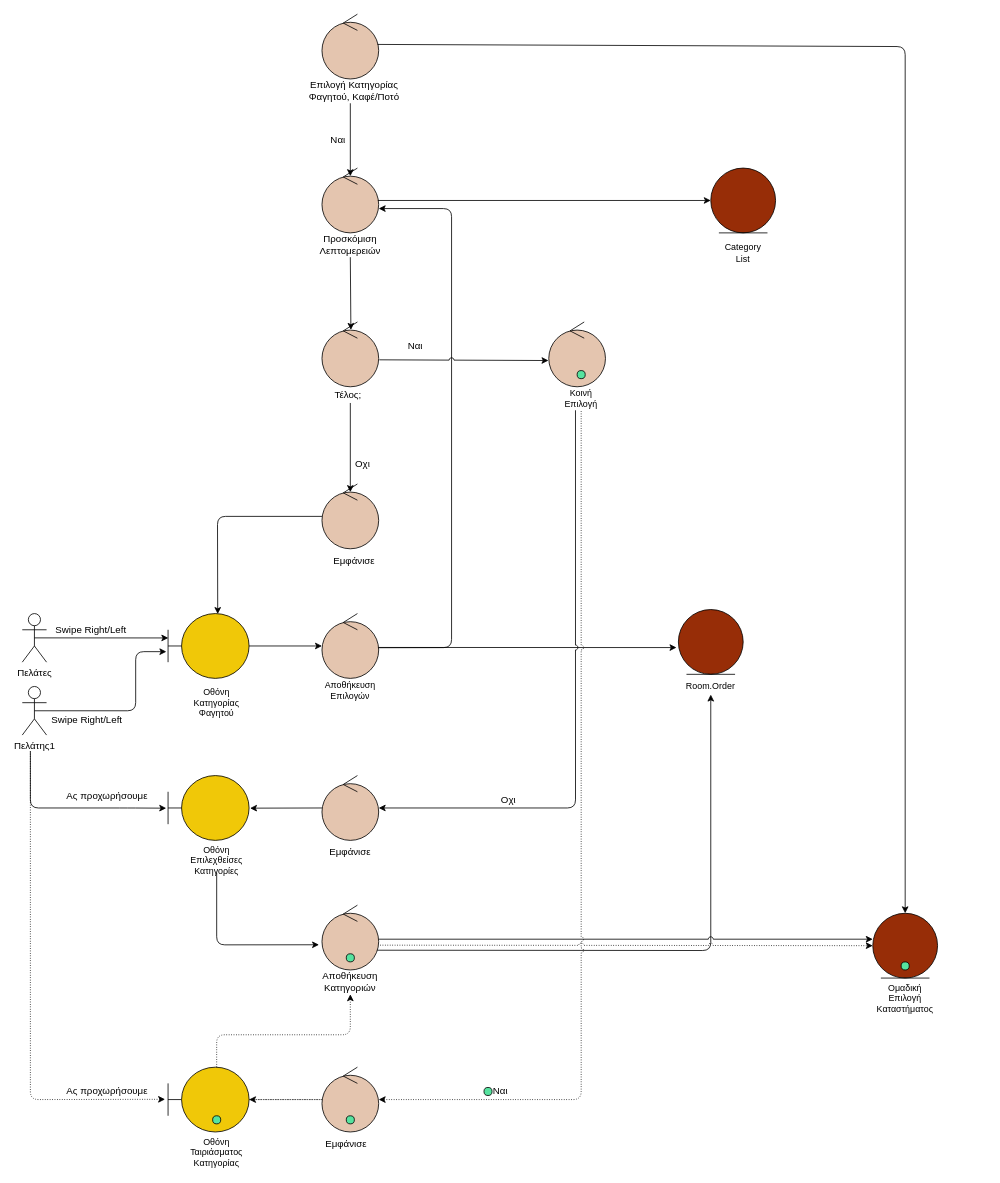
Above: docs/contributions/JoannaAgo/Phase_5/Team Choice - Category/Team_Choice_Category_Robustness.drawio in iloudaros/nomnomr (draw.io), before the change. Source tidied: cells renumbered, new cells numbered last; positions are measured from the earlier drawing's top-left corner, leaving out a move shared by most shapes. Both pictures are drawn from the tidied source at 81%, with x=0, y=0 at pixel (22, 14).
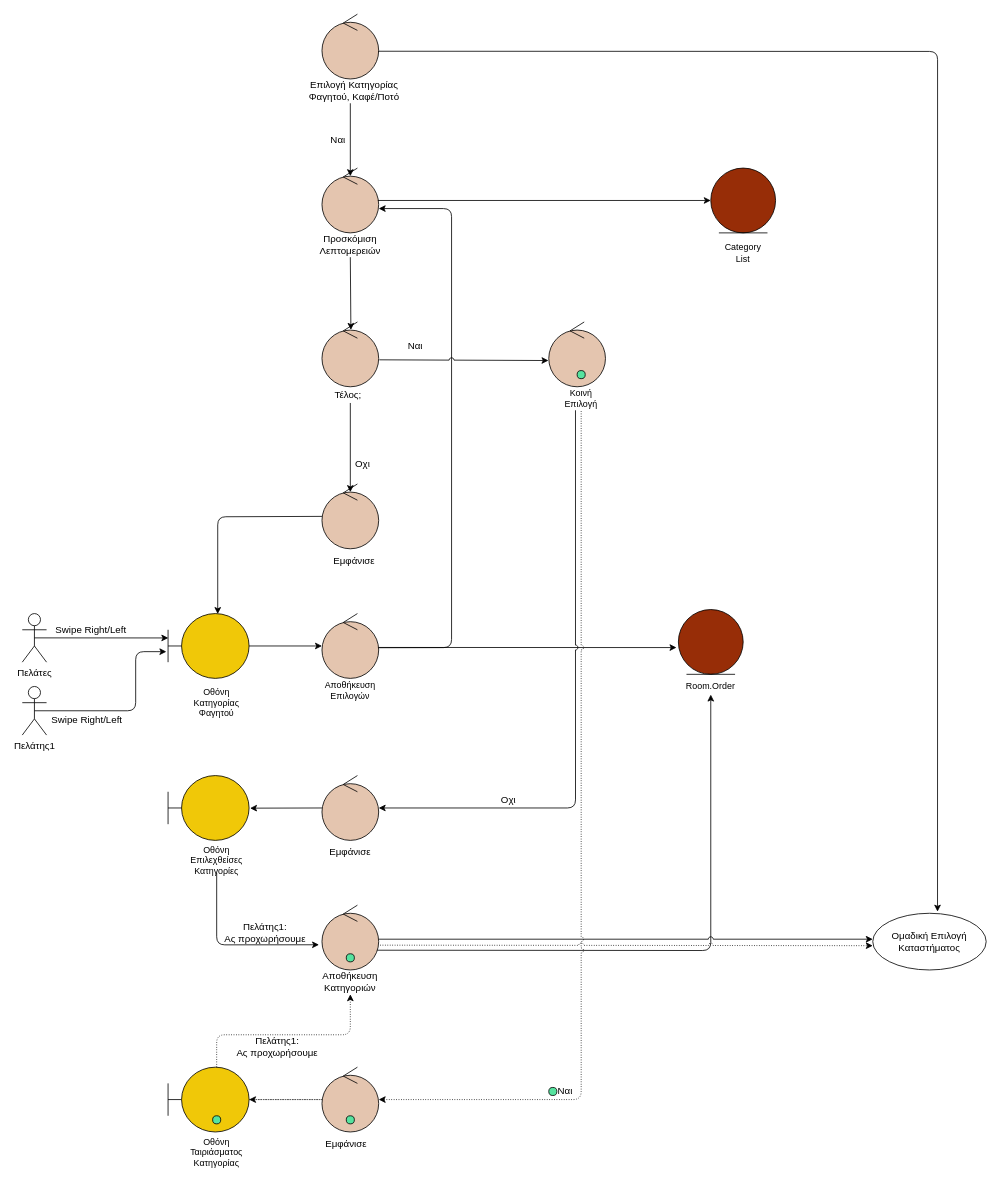
The same page after the edit.

The change refers to these unchanged cells:
```xml
<mxCell id="2" style="shape=umlBoundary;whiteSpace=wrap;html=1;fillColor=#F0C808;" parent="1" vertex="1">
  <mxGeometry x="180" y="740" width="100" height="80" as="geometry" />
</mxCell>
<mxCell id="24" style="ellipse;shape=umlControl;whiteSpace=wrap;html=1;fontSize=11;fillColor=#E4C5AF;" parent="1" vertex="1">
  <mxGeometry x="370" width="70" height="80" as="geometry" />
</mxCell>
<mxCell id="38" style="shape=umlBoundary;whiteSpace=wrap;html=1;fillColor=#F0C808;" parent="1" vertex="1">
  <mxGeometry x="180" y="940" width="100" height="80" as="geometry" />
</mxCell>
<mxCell id="48" style="ellipse;shape=umlControl;whiteSpace=wrap;html=1;fontSize=12;fillColor=#E4C5AF;" parent="1" vertex="1">
  <mxGeometry x="370" y="1100" width="70" height="80" as="geometry" />
</mxCell>
<mxCell id="53" style="shape=umlBoundary;whiteSpace=wrap;html=1;fillColor=#F0C808;" parent="1" vertex="1">
  <mxGeometry x="180" y="1300" width="100" height="80" as="geometry" />
</mxCell>
```

Change to the diagram source:
```diff
@@
-    <mxCell id="13" style="ellipse;shape=umlEntity;whiteSpace=wrap;html=1;fontSize=11;fillColor=#972D07;" parent="1" vertex="1">
-      <mxGeometry x="1050" y="1110" width="80" height="80" as="geometry" />
-    </mxCell>
@@
-    <mxCell id="18" value="Ομαδική Επιλογή Καταστήματος" style="text;html=1;strokeColor=none;fillColor=none;align=center;verticalAlign=middle;whiteSpace=wrap;rounded=0;fontSize=11;" parent="1" vertex="1">
-      <mxGeometry x="1060" y="1200" width="60" height="30" as="geometry" />
-    </mxCell>
@@
-    <mxCell id="23" style="endArrow=classic;html=1;rounded=1;fontSize=12;startArrow=none;entryX=0.613;entryY=0.007;entryDx=0;entryDy=0;entryPerimeter=0;" parent="1" edge="1" target="2">
+    <mxCell id="23" style="endArrow=classic;html=1;rounded=1;fontSize=12;startArrow=none;entryX=0.613;entryY=0.007;entryDx=0;entryDy=0;entryPerimeter=0;edgeStyle=orthogonalEdgeStyle;" parent="1" edge="1" target="2">
       <mxGeometry relative="1" as="geometry">
         <mxPoint x="370" y="620" as="sourcePoint" />
-        <Array as="points">
-          <mxPoint x="241" y="620" />
-        </Array>
       </mxGeometry>
     </mxCell>
@@
-    <mxCell id="40" style="endArrow=classic;html=1;rounded=1;entryX=-0.023;entryY=0.503;entryDx=0;entryDy=0;entryPerimeter=0;" parent="1" edge="1" target="38">
-      <mxGeometry relative="1" as="geometry">
-        <mxPoint x="10" y="910" as="sourcePoint" />
-        <Array as="points">
-          <mxPoint x="10" y="980" />
-          <mxPoint x="130" y="980" />
-        </Array>
-      </mxGeometry>
-    </mxCell>
-    <mxCell id="41" value="Ας προχωρήσουμε" style="text;html=1;strokeColor=none;fillColor=none;align=center;verticalAlign=middle;whiteSpace=wrap;rounded=0;fontSize=12;" parent="1" vertex="1">
-      <mxGeometry x="50" y="950" width="110" height="30" as="geometry" />
+    <mxCell id="41" value="Πελάτης1: &lt;br&gt;Ας προχωρήσουμε" style="text;html=1;strokeColor=none;fillColor=none;align=center;verticalAlign=middle;whiteSpace=wrap;rounded=0;fontSize=12;" parent="1" vertex="1">
+      <mxGeometry x="245" y="1119" width="110" height="30" as="geometry" />
     </mxCell>
@@
-    <mxCell id="52" style="endArrow=classic;html=1;rounded=0;fontSize=11;exitX=1;exitY=0.525;exitDx=0;exitDy=0;exitPerimeter=0;entryX=0;entryY=0.4;entryDx=0;entryDy=0;entryPerimeter=0;jumpStyle=arc;" parent="1" edge="1" source="48" target="13">
-      <mxGeometry relative="1" as="geometry" />
+    <mxCell id="52" style="endArrow=classic;html=1;rounded=0;fontSize=11;exitX=1;exitY=0.525;exitDx=0;exitDy=0;exitPerimeter=0;entryX=0;entryY=0.4;entryDx=0;entryDy=0;entryPerimeter=0;jumpStyle=arc;" parent="1" edge="1" source="48">
+      <mxGeometry relative="1" as="geometry">
+        <mxPoint x="1050" y="1142" as="targetPoint" />
+      </mxGeometry>
     </mxCell>
@@
-    <mxCell id="57" style="endArrow=classic;html=1;rounded=1;entryX=-0.037;entryY=0.496;entryDx=0;entryDy=0;entryPerimeter=0;dashed=1;dashPattern=1 2;" parent="1" edge="1" target="53">
-      <mxGeometry relative="1" as="geometry">
-        <mxPoint x="10" y="910" as="sourcePoint" />
-        <Array as="points">
-          <mxPoint x="10" y="1340" />
-        </Array>
-      </mxGeometry>
-    </mxCell>
@@
     <mxCell id="60" value="Ναι" style="text;html=1;align=center;verticalAlign=middle;strokeColor=none;fillColor=none;fontSize=12;" parent="1" vertex="1">
-      <mxGeometry x="575" y="1320" width="30" height="20" as="geometry" />
+      <mxGeometry x="655" y="1320" width="30" height="20" as="geometry" />
     </mxCell>
@@
-    <mxCell id="62" value="Ας προχωρήσουμε" style="text;html=1;strokeColor=none;fillColor=none;align=center;verticalAlign=middle;whiteSpace=wrap;rounded=0;fontSize=12;" parent="1" vertex="1">
-      <mxGeometry x="50" y="1315" width="110" height="30" as="geometry" />
-    </mxCell>
-    <mxCell id="63" style="endArrow=classic;html=1;rounded=1;fontSize=11;exitX=0.98;exitY=0.467;exitDx=0;exitDy=0;exitPerimeter=0;entryX=0.5;entryY=0;entryDx=0;entryDy=0;" parent="1" edge="1" source="24" target="13">
+    <mxCell id="63" style="endArrow=classic;html=1;rounded=1;fontSize=11;exitX=0.989;exitY=0.572;exitDx=0;exitDy=0;exitPerimeter=0;entryX=0.571;entryY=-0.029;entryDx=0;entryDy=0;entryPerimeter=0;" parent="1" edge="1" source="24" target="18">
       <mxGeometry relative="1" as="geometry">
         <Array as="points">
-          <mxPoint x="1090" y="40" />
+          <mxPoint x="1130" y="46" />
         </Array>
       </mxGeometry>
     </mxCell>
@@
-    <mxCell id="68" style="shape=ellipse;fillColor=#56E39F;strokeColor=default;html=1;sketch=0;fontColor=#56E39F;" parent="1" vertex="1">
-      <mxGeometry x="1085" y="1170" width="10" height="10" as="geometry" />
-    </mxCell>
@@
-    <mxCell id="70" style="endArrow=classic;html=1;rounded=1;fontSize=11;entryX=0;entryY=0.5;entryDx=0;entryDy=0;dashed=1;dashPattern=1 2;exitX=1.025;exitY=0.617;exitDx=0;exitDy=0;exitPerimeter=0;jumpStyle=arc;" parent="1" edge="1" source="48" target="13">
+    <mxCell id="70" style="endArrow=classic;html=1;rounded=1;fontSize=11;entryX=0;entryY=0.5;entryDx=0;entryDy=0;dashed=1;dashPattern=1 2;exitX=1.025;exitY=0.617;exitDx=0;exitDy=0;exitPerimeter=0;jumpStyle=arc;" parent="1" edge="1" source="48">
       <mxGeometry relative="1" as="geometry">
+        <mxPoint x="1050" y="1150" as="targetPoint" />
         <Array as="points">
           <mxPoint x="490" y="1150" />
         </Array>
       </mxGeometry>
     </mxCell>
     <mxCell id="71" style="shape=ellipse;fillColor=#56E39F;strokeColor=default;html=1;sketch=0;fontColor=#56E39F;" parent="1" vertex="1">
-      <mxGeometry x="570" y="1325" width="10" height="10" as="geometry" />
+      <mxGeometry x="650" y="1325" width="10" height="10" as="geometry" />
     </mxCell>
+    <mxCell id="18" value="Ομαδική Επιλογή Καταστήματος" style="ellipse;whiteSpace=wrap;html=1;" parent="1" vertex="1">
+      <mxGeometry x="1050" y="1110" width="140" height="70" as="geometry" />
+    </mxCell>
+    <mxCell id="72" value="Πελάτης1: &lt;br&gt;Ας προχωρήσουμε" style="text;html=1;strokeColor=none;fillColor=none;align=center;verticalAlign=middle;whiteSpace=wrap;rounded=0;fontSize=12;" parent="1" vertex="1">
+      <mxGeometry x="260" y="1260" width="110" height="30" as="geometry" />
+    </mxCell>
```
